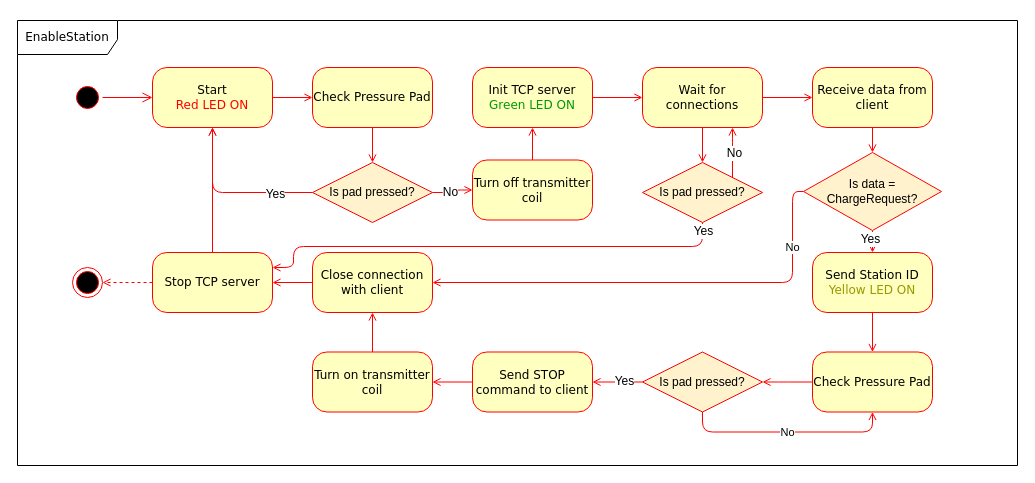
Before: schematics/enablestation.drawio in dainezasc/smart-car-charging-stations, a draw.io diagram. Source tidied: cells renumbered, new cells numbered last; positions are measured from the earlier drawing's top-left corner, leaving out a move shared by most shapes. Both pictures are drawn from the tidied source at 100%, with x=0, y=0 at pixel (17, 20).
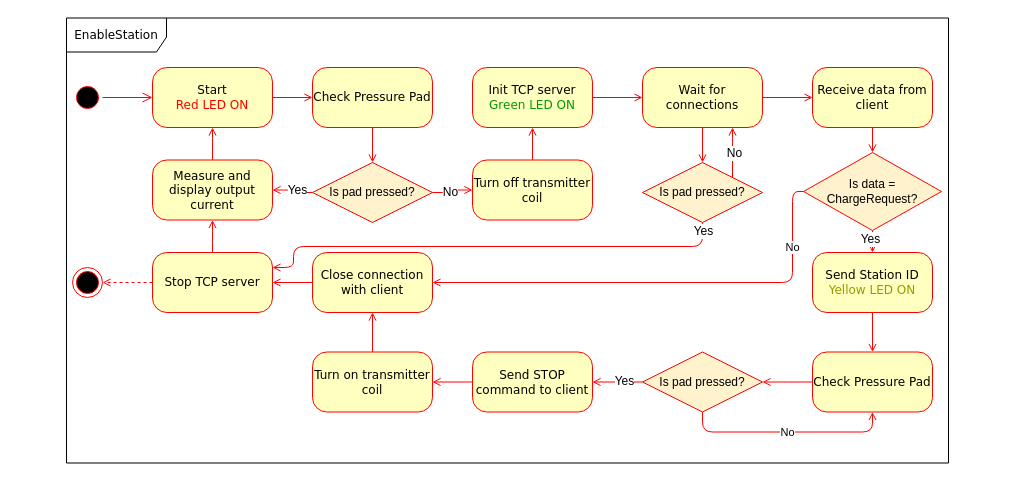
The same page after the edit.

Commit message (it also covers changes not shown here):
Updated UML Diagram of the Charging Station

The change refers to these unchanged cells:
```xml
<mxCell id="5" value="Start&lt;br&gt;&lt;font color=&quot;#ff0000&quot;&gt;Red LED ON&lt;/font&gt;&lt;br&gt;" style="rounded=1;whiteSpace=wrap;html=1;arcSize=24;fillColor=#ffffc0;strokeColor=#ff0000;shadow=0;comic=0;labelBackgroundColor=none;fontFamily=Verdana;fontSize=12;fontColor=#000000;align=center;" parent="1" vertex="1">
  <mxGeometry x="135" y="47" width="120" height="60" as="geometry" />
</mxCell>
<mxCell id="13" value="Is pad pressed?" style="rhombus;whiteSpace=wrap;html=1;fillColor=#FFF2CC;strokeColor=#FF0000;" parent="1" vertex="1">
  <mxGeometry x="295" y="142" width="120" height="60" as="geometry" />
</mxCell>
<mxCell id="30" value="Stop TCP server" style="rounded=1;whiteSpace=wrap;html=1;arcSize=24;fillColor=#ffffc0;strokeColor=#ff0000;shadow=0;comic=0;labelBackgroundColor=none;fontFamily=Verdana;fontSize=12;fontColor=#000000;align=center;" parent="1" vertex="1">
  <mxGeometry x="135" y="232" width="120" height="60" as="geometry" />
</mxCell>
```

Change to the diagram source:
```diff
@@
     <mxCell id="2" value="EnableStation" style="shape=umlFrame;whiteSpace=wrap;html=1;rounded=1;shadow=0;comic=0;labelBackgroundColor=none;strokeColor=#000000;strokeWidth=1;fillColor=#ffffff;fontFamily=Verdana;fontSize=12;fontColor=#000000;align=center;width=100;height=34;" parent="1" vertex="1">
-      <mxGeometry width="1000" height="445" as="geometry" />
+      <mxGeometry x="49" y="-2.5" width="882" height="445" as="geometry" />
     </mxCell>
@@
-    <mxCell id="9" style="edgeStyle=orthogonalEdgeStyle;rounded=1;jettySize=auto;html=1;exitX=0;exitY=0.5;exitDx=0;exitDy=0;endArrow=open;endFill=0;strokeColor=#FF0000;entryX=0.5;entryY=1;entryDx=0;entryDy=0;" parent="1" edge="1" source="13" target="5">
+    <mxCell id="9" style="edgeStyle=orthogonalEdgeStyle;rounded=1;jettySize=auto;html=1;exitX=0;exitY=0.5;exitDx=0;exitDy=0;endArrow=open;endFill=0;strokeColor=#FF0000;entryX=1;entryY=0.5;entryDx=0;entryDy=0;" parent="1" edge="1" source="13" target="50">
       <mxGeometry relative="1" as="geometry" />
     </mxCell>
     <mxCell id="10" value="Yes" style="text;html=1;align=center;verticalAlign=middle;labelBackgroundColor=#ffffff;" parent="9" vertex="1">
-      <mxGeometry x="-0.54" y="1" relative="1" as="geometry" />
+      <mxGeometry x="-0.54" y="1" relative="1" as="geometry">
+        <mxPoint x="-6" y="-3.5" as="offset" />
+      </mxGeometry>
     </mxCell>
@@
-    <mxCell id="28" style="edgeStyle=orthogonalEdgeStyle;rounded=1;jettySize=auto;html=1;exitX=0.5;exitY=0;exitDx=0;exitDy=0;endArrow=open;endFill=0;strokeColor=#FF0000;" parent="1" edge="1" source="30" target="5">
+    <mxCell id="28" style="edgeStyle=orthogonalEdgeStyle;rounded=1;jettySize=auto;html=1;exitX=0.5;exitY=0;exitDx=0;exitDy=0;endArrow=open;endFill=0;strokeColor=#FF0000;" parent="1" edge="1" source="50" target="5">
       <mxGeometry relative="1" as="geometry" />
     </mxCell>
@@
+    <mxCell id="50" value="Measure and display output current&lt;br&gt;" style="rounded=1;whiteSpace=wrap;html=1;arcSize=24;fillColor=#ffffc0;strokeColor=#ff0000;shadow=0;comic=0;labelBackgroundColor=none;fontFamily=Verdana;fontSize=12;fontColor=#000000;align=center;" parent="1" vertex="1">
+      <mxGeometry x="135" y="139.5" width="120" height="60" as="geometry" />
+    </mxCell>
+    <mxCell id="51" style="edgeStyle=orthogonalEdgeStyle;rounded=1;jettySize=auto;html=1;exitX=0.5;exitY=0;exitDx=0;exitDy=0;endArrow=open;endFill=0;strokeColor=#FF0000;" parent="1" edge="1" source="30" target="50">
+      <mxGeometry relative="1" as="geometry" />
+    </mxCell>
```
